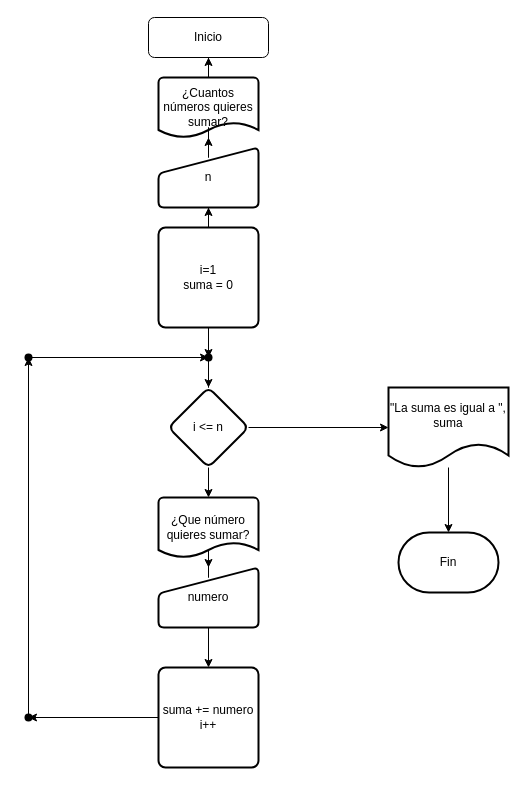
RaymundoSantorski/escuela_de_codigo keeps this draw.io diagram as suma_n_numeros.drawio. Above is the earlier version. Source tidied: cells renumbered, new cells numbered last; positions are measured from the earlier drawing's top-left corner, leaving out a move shared by most shapes. Both pictures are drawn from the tidied source at 100%, with x=0, y=0 at pixel (18, 17).
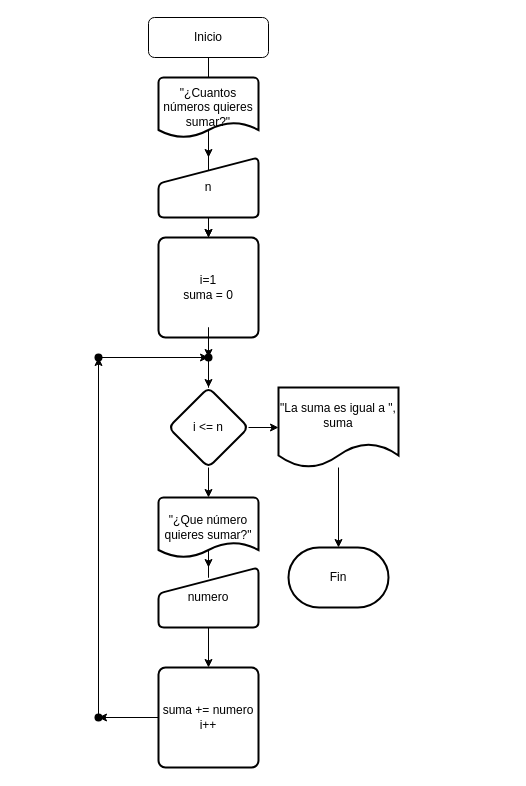
The same diagram, later.

Unchanged cells that the change refers to:
```xml
<mxCell id="2" value="Inicio" style="rounded=1;whiteSpace=wrap;html=1;fontSize=12;glass=0;strokeWidth=1;shadow=0;" parent="1" vertex="1">
  <mxGeometry x="130" width="120" height="40" as="geometry" />
</mxCell>
```

What changed in the source:
```diff
@@
+    <mxCell id="28" style="edgeStyle=orthogonalEdgeStyle;rounded=0;jettySize=auto;html=1;" parent="1" edge="1" source="2" target="6">
+      <mxGeometry relative="1" as="geometry" />
+    </mxCell>
@@
-    <mxCell id="3" style="edgeStyle=orthogonalEdgeStyle;rounded=0;jettySize=auto;html=1;" parent="1" edge="1" source="4" target="2">
-      <mxGeometry relative="1" as="geometry" />
-    </mxCell>
+    <mxCell id="29" style="edgeStyle=orthogonalEdgeStyle;rounded=0;jettySize=auto;html=1;" parent="1" edge="1" source="4" target="9">
+      <mxGeometry relative="1" as="geometry" />
+    </mxCell>
-    <mxCell id="4" value="¿Cuantos números quieres sumar?" style="strokeWidth=2;html=1;shape=mxgraph.flowchart.document2;whiteSpace=wrap;size=0.25;" parent="1" vertex="1">
+    <mxCell id="4" value="&quot;¿Cuantos números quieres sumar?&quot;" style="strokeWidth=2;html=1;shape=mxgraph.flowchart.document2;whiteSpace=wrap;size=0.25;" parent="1" vertex="1">
       <mxGeometry x="140" y="60" width="100" height="60" as="geometry" />
     </mxCell>
-    <mxCell id="5" style="edgeStyle=orthogonalEdgeStyle;rounded=0;jettySize=auto;html=1;" parent="1" edge="1" source="6" target="4">
-      <mxGeometry relative="1" as="geometry" />
-    </mxCell>
+    <mxCell id="30" style="edgeStyle=orthogonalEdgeStyle;rounded=0;jettySize=auto;html=1;" parent="1" edge="1" source="6" target="9">
+      <mxGeometry relative="1" as="geometry" />
+    </mxCell>
     <mxCell id="6" value="n" style="html=1;strokeWidth=2;shape=manualInput;whiteSpace=wrap;rounded=1;size=26;arcSize=11;" parent="1" vertex="1">
-      <mxGeometry x="140" y="130" width="100" height="60" as="geometry" />
+      <mxGeometry x="140" y="140" width="100" height="60" as="geometry" />
     </mxCell>
-    <mxCell id="7" style="edgeStyle=orthogonalEdgeStyle;rounded=0;jettySize=auto;html=1;" parent="1" edge="1" source="9" target="6">
-      <mxGeometry relative="1" as="geometry" />
-    </mxCell>
@@
     <mxCell id="9" value="i=1&lt;br&gt;suma = 0" style="rounded=1;whiteSpace=wrap;html=1;absoluteArcSize=1;arcSize=14;strokeWidth=2;" parent="1" vertex="1">
-      <mxGeometry x="140" y="210" width="100" height="100" as="geometry" />
+      <mxGeometry x="140" y="220" width="100" height="100" as="geometry" />
     </mxCell>
@@
-    <mxCell id="16" value="¿Que número quieres sumar?" style="strokeWidth=2;html=1;shape=mxgraph.flowchart.document2;whiteSpace=wrap;size=0.25;" parent="1" vertex="1">
+    <mxCell id="16" value="&quot;¿Que número quieres sumar?&quot;" style="strokeWidth=2;html=1;shape=mxgraph.flowchart.document2;whiteSpace=wrap;size=0.25;" parent="1" vertex="1">
       <mxGeometry x="140" y="480" width="100" height="60" as="geometry" />
     </mxCell>
@@
-    <mxCell id="21" style="edgeStyle=orthogonalEdgeStyle;rounded=0;jettySize=auto;html=1;" parent="1" edge="1" source="22" target="24">
-      <mxGeometry relative="1" as="geometry" />
-    </mxCell>
     <mxCell id="22" style="shape=waypoint;sketch=0;size=6;points=[];fillColor=default;perimeter=centerPerimeter;snapToPoint=1;rounded=1;arcSize=14;strokeWidth=2;" parent="1" vertex="1">
-      <mxGeometry y="690" width="20" height="20" as="geometry" />
+      <mxGeometry x="70" y="690" width="20" height="20" as="geometry" />
     </mxCell>
@@
-    <mxCell id="24" style="shape=waypoint;sketch=0;size=6;points=[];fillColor=default;perimeter=centerPerimeter;snapToPoint=1;rounded=1;arcSize=14;strokeWidth=2;" parent="1" vertex="1">
-      <mxGeometry y="330" width="20" height="20" as="geometry" />
-    </mxCell>
@@
     <mxCell id="26" value="&quot;La suma es igual a &quot;, suma" style="shape=document;whiteSpace=wrap;html=1;boundedLbl=1;rounded=1;arcSize=14;strokeWidth=2;" parent="1" vertex="1">
-      <mxGeometry x="370" y="370" width="120" height="80" as="geometry" />
+      <mxGeometry x="260" y="370" width="120" height="80" as="geometry" />
     </mxCell>
     <mxCell id="27" value="Fin" style="strokeWidth=2;html=1;shape=mxgraph.flowchart.terminator;whiteSpace=wrap;" parent="1" vertex="1">
-      <mxGeometry x="380" y="515" width="100" height="60" as="geometry" />
+      <mxGeometry x="270" y="530" width="100" height="60" as="geometry" />
     </mxCell>
+    <mxCell id="21" style="edgeStyle=orthogonalEdgeStyle;rounded=0;jettySize=auto;html=1;" parent="1" edge="1" source="22" target="24">
+      <mxGeometry relative="1" as="geometry">
+        <Array as="points">
+          <mxPoint x="80" y="700" />
+        </Array>
+      </mxGeometry>
+    </mxCell>
+    <mxCell id="24" style="shape=waypoint;sketch=0;size=6;points=[];fillColor=default;perimeter=centerPerimeter;snapToPoint=1;rounded=1;arcSize=14;strokeWidth=2;" parent="1" vertex="1">
+      <mxGeometry x="70" y="330" width="20" height="20" as="geometry" />
+    </mxCell>
```
